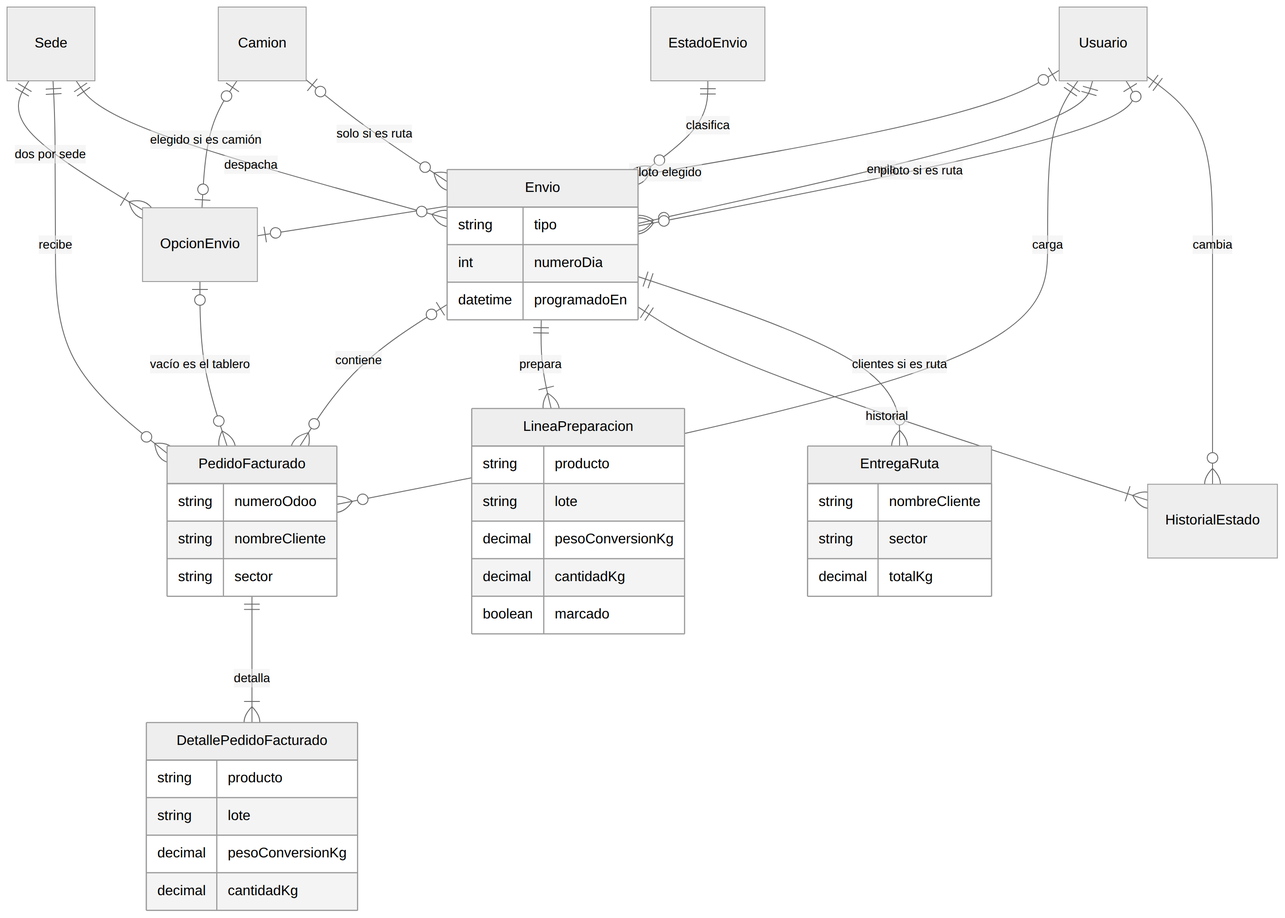
Above: entregable-3/documento-1/figuras/figura-7-modelo-er-pedidos.png in jordin-garcia/proyecto_incovsa (Mermaid), before the change. Its source is kept beside it as entregable-1/diagramas/figura-7-modelo-er-pedidos.mmd. Source of this version:
```mermaid
erDiagram
    Sede ||--|{ OpcionEnvio : "dos por sede"
    Camion |o--o| OpcionEnvio : "elegido si es camión"
    Usuario |o--o| OpcionEnvio : "piloto elegido"
    Sede ||--o{ PedidoFacturado : recibe
    Usuario ||--o{ PedidoFacturado : carga
    OpcionEnvio |o--o{ PedidoFacturado : "vacío es el tablero"
    Envio |o--o{ PedidoFacturado : contiene
    PedidoFacturado ||--|{ DetallePedidoFacturado : detalla
    Sede ||--o{ Envio : despacha
    EstadoEnvio ||--o{ Envio : clasifica
    Usuario ||--o{ Envio : envia
    Camion |o--o{ Envio : "solo si es ruta"
    Usuario |o--o{ Envio : "piloto si es ruta"
    Envio ||--|{ LineaPreparacion : prepara
    Envio ||--|{ HistorialEstado : historial
    Usuario ||--o{ HistorialEstado : cambia
    Envio ||--o{ EntregaRuta : "clientes si es ruta"

    PedidoFacturado {
        string numeroOdoo
        string nombreCliente
        string sector
    }
    DetallePedidoFacturado {
        string producto
        string lote
        decimal pesoConversionKg
        decimal cantidadKg
    }
    Envio {
        string tipo
        int numeroDia
        datetime programadoEn
    }
    LineaPreparacion {
        string producto
        string lote
        decimal pesoConversionKg
        decimal cantidadKg
        boolean marcado
    }
    EntregaRuta {
        string nombreCliente
        string sector
        decimal totalKg
    }
```
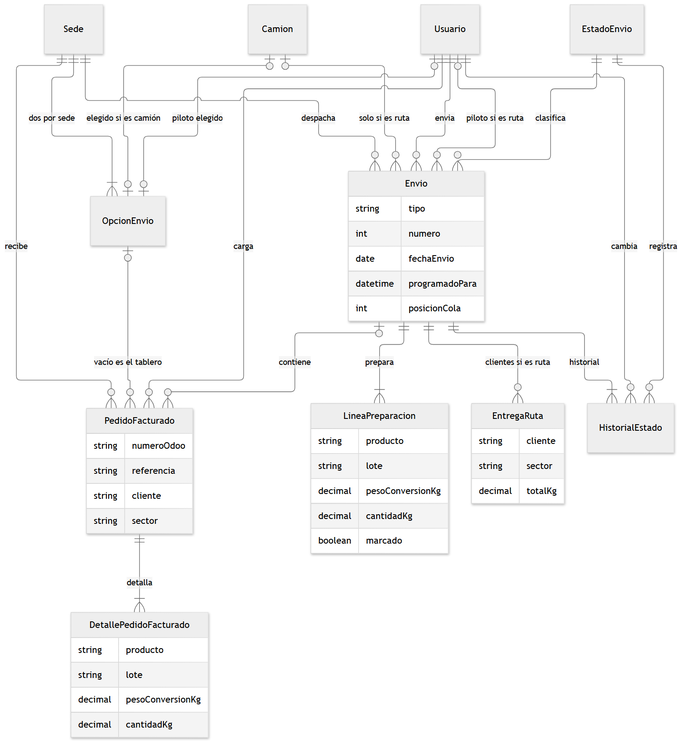
After the commit.

Change to the diagram source:
```diff
@@ -15,11 +15,13 @@
     Envio ||--|{ LineaPreparacion : prepara
     Envio ||--|{ HistorialEstado : historial
     Usuario ||--o{ HistorialEstado : cambia
+    EstadoEnvio ||--o{ HistorialEstado : registra
     Envio ||--o{ EntregaRuta : "clientes si es ruta"
 
     PedidoFacturado {
         string numeroOdoo
-        string nombreCliente
+        string referencia
+        string cliente
         string sector
     }
     DetallePedidoFacturado {
@@ -30,8 +32,10 @@
     }
     Envio {
         string tipo
-        int numeroDia
-        datetime programadoEn
+        int numero
+        date fechaEnvio
+        datetime programadoPara
+        int posicionCola
     }
     LineaPreparacion {
         string producto
@@ -41,7 +45,7 @@
         boolean marcado
     }
     EntregaRuta {
-        string nombreCliente
+        string cliente
         string sector
         decimal totalKg
     }
```
